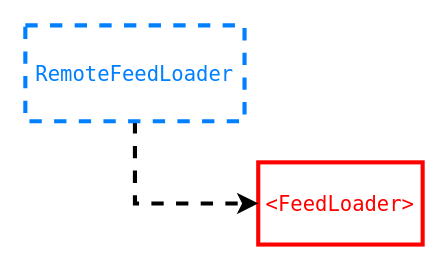
Before: Feed.drawio in chunhuichang/EssentialFeedNetwork, a draw.io diagram. Source tidied: cells renumbered, new cells numbered last; positions are measured from the earlier drawing's top-left corner, leaving out a move shared by most shapes. Both pictures are drawn from the tidied source at 137%, with x=0, y=0 at pixel (25, 25).
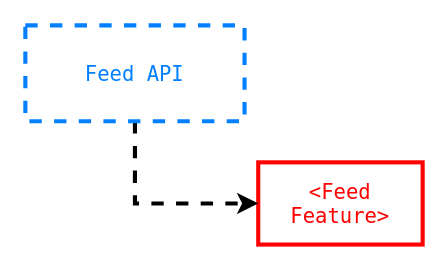
After the change.

Commit message:
docs: module Feed API

Diff of the diagram source:
```diff
@@
 <mxGraphModel>
   <root>
     <mxCell id="0" />
     <mxCell id="1" parent="0" />
-    <mxCell id="2" value="&lt;font style=&quot;font-size: 15px;&quot; face=&quot;Lucida Console&quot; color=&quot;#ff0000&quot;&gt;&amp;lt;FeedLoader&amp;gt;&lt;/font&gt;" style="rounded=0;whiteSpace=wrap;html=1;strokeColor=#FF0000;strokeWidth=3;" parent="1" vertex="1">
+    <mxCell id="2" value="&lt;font style=&quot;font-size: 15px;&quot; face=&quot;Lucida Console&quot; color=&quot;#ff0000&quot;&gt;&amp;lt;Feed Feature&amp;gt;&lt;/font&gt;" style="rounded=0;whiteSpace=wrap;html=1;strokeColor=#FF0000;strokeWidth=3;" parent="1" vertex="1">
       <mxGeometry x="170" y="100" width="120" height="60" as="geometry" />
     </mxCell>
     <mxCell id="3" style="edgeStyle=orthogonalEdgeStyle;rounded=0;jettySize=auto;html=1;entryX=0;entryY=0.5;entryDx=0;entryDy=0;fontFamily=Lucida Console;fontSize=15;fontColor=#007FFF;exitX=0.5;exitY=1;exitDx=0;exitDy=0;dashed=1;strokeWidth=3;" parent="1" edge="1" source="4" target="2">
       <mxGeometry relative="1" as="geometry" />
     </mxCell>
-    <mxCell id="4" value="&lt;font color=&quot;#007fff&quot; style=&quot;font-size: 15px;&quot; face=&quot;Lucida Console&quot;&gt;RemoteFeedLoader&lt;/font&gt;" style="rounded=0;whiteSpace=wrap;html=1;strokeColor=#007FFF;strokeWidth=3;dashed=1;" parent="1" vertex="1">
+    <mxCell id="4" value="&lt;font color=&quot;#007fff&quot; style=&quot;font-size: 15px;&quot; face=&quot;Lucida Console&quot;&gt;Feed API&lt;/font&gt;" style="rounded=0;whiteSpace=wrap;html=1;strokeColor=#007FFF;strokeWidth=3;dashed=1;" parent="1" vertex="1">
       <mxGeometry width="160" height="70" as="geometry" />
     </mxCell>
   </root>
 </mxGraphModel>
```
